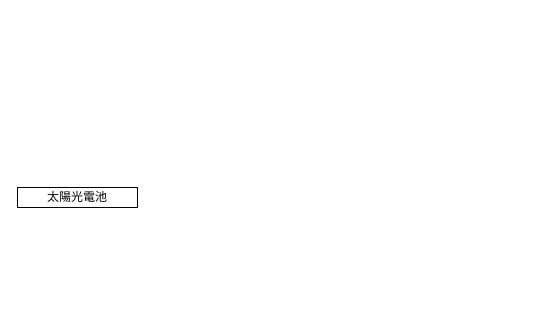
Earlier version of the draw.io diagram solarcell.drawio (mt-perform/schematics). Source tidied: cells renumbered, new cells numbered last; positions are measured from the earlier drawing's top-left corner, leaving out a move shared by most shapes. Both pictures are drawn from the tidied source at 100%, with x=0, y=0 at pixel (17, 187).
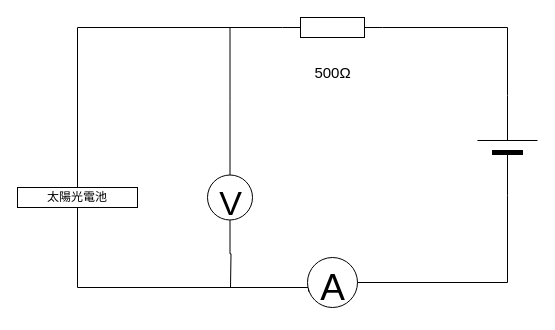
The same diagram, later.

Commit message (it also covers changes not shown here):
solarcell.drawio を更新します

Diff of the diagram source:
```diff
@@
 <mxGraphModel>
   <root>
     <mxCell id="0" />
     <mxCell id="1" parent="0" />
+    <mxCell id="3" style="edgeStyle=orthogonalEdgeStyle;rounded=0;jettySize=auto;html=1;entryX=0.02;entryY=0.68;entryDx=0;entryDy=0;entryPerimeter=0;fontSize=32;endArrow=none;endFill=0;" parent="1" edge="1" source="2" target="7">
+      <mxGeometry relative="1" as="geometry">
+        <Array as="points">
+          <mxPoint x="60" y="100" />
+          <mxPoint x="291" y="100" />
+        </Array>
+      </mxGeometry>
+    </mxCell>
     <mxCell id="2" value="太陽光電池" style="rounded=0;whiteSpace=wrap;html=1;" parent="1" vertex="1">
       <mxGeometry width="120" height="20" as="geometry" />
     </mxCell>
+    <mxCell id="4" style="edgeStyle=orthogonalEdgeStyle;rounded=0;jettySize=auto;html=1;fontSize=37;endArrow=none;endFill=0;" parent="1" edge="1" source="6">
+      <mxGeometry relative="1" as="geometry">
+        <mxPoint x="212.5" y="-160" as="targetPoint" />
+      </mxGeometry>
+    </mxCell>
+    <mxCell id="5" style="edgeStyle=orthogonalEdgeStyle;rounded=0;jettySize=auto;html=1;fontSize=37;endArrow=none;endFill=0;" parent="1" edge="1" source="6">
+      <mxGeometry relative="1" as="geometry">
+        <mxPoint x="213" y="100" as="targetPoint" />
+      </mxGeometry>
+    </mxCell>
+    <mxCell id="6" value="&lt;font style=&quot;font-size: 34px&quot;&gt;V&lt;/font&gt;" style="verticalLabelPosition=middle;shadow=0;dashed=0;align=center;html=1;verticalAlign=middle;strokeWidth=1;shape=ellipse;fontSize=50;" parent="1" vertex="1">
+      <mxGeometry x="190" y="-12.5" width="45" height="45" as="geometry" />
+    </mxCell>
+    <mxCell id="7" value="&lt;font style=&quot;font-size: 37px&quot;&gt;A&lt;/font&gt;" style="verticalLabelPosition=middle;shadow=0;dashed=0;align=center;html=1;verticalAlign=middle;strokeWidth=1;shape=ellipse;fontSize=50;" parent="1" vertex="1">
+      <mxGeometry x="290" y="70" width="50" height="50" as="geometry" />
+    </mxCell>
+    <mxCell id="8" style="edgeStyle=orthogonalEdgeStyle;rounded=0;jettySize=auto;html=1;entryX=0.5;entryY=0;entryDx=0;entryDy=0;fontSize=37;endArrow=none;endFill=0;" parent="1" edge="1" source="9" target="2">
+      <mxGeometry relative="1" as="geometry" />
+    </mxCell>
+    <mxCell id="9" value="&lt;font style=&quot;font-size: 15px&quot;&gt;500Ω&lt;/font&gt;" style="verticalLabelPosition=bottom;shadow=0;dashed=0;align=center;html=1;verticalAlign=top;shape=mxgraph.electrical.resistors.resistor_1;fontSize=37;" parent="1" vertex="1">
+      <mxGeometry x="265" y="-170" width="100" height="20" as="geometry" />
+    </mxCell>
+    <mxCell id="10" style="edgeStyle=orthogonalEdgeStyle;rounded=0;jettySize=auto;html=1;entryX=1;entryY=0.5;entryDx=0;entryDy=0;fontSize=37;endArrow=none;endFill=0;" parent="1" edge="1" source="12" target="7">
+      <mxGeometry relative="1" as="geometry">
+        <Array as="points">
+          <mxPoint x="490" y="95" />
+        </Array>
+      </mxGeometry>
+    </mxCell>
+    <mxCell id="11" style="edgeStyle=orthogonalEdgeStyle;rounded=0;jettySize=auto;html=1;entryX=1;entryY=0.5;entryDx=0;entryDy=0;entryPerimeter=0;fontSize=37;endArrow=none;endFill=0;" parent="1" edge="1" source="12" target="9">
+      <mxGeometry relative="1" as="geometry">
+        <Array as="points">
+          <mxPoint x="490" y="-160" />
+        </Array>
+      </mxGeometry>
+    </mxCell>
+    <mxCell id="12" style="verticalLabelPosition=bottom;shadow=0;dashed=0;align=center;fillColor=#000000;html=1;verticalAlign=top;strokeWidth=1;shape=mxgraph.electrical.miscellaneous.monocell_battery;fontSize=37;rotation=-90;" parent="1" vertex="1">
+      <mxGeometry x="440" y="-72" width="100" height="60" as="geometry" />
+    </mxCell>
   </root>
 </mxGraphModel>
```
